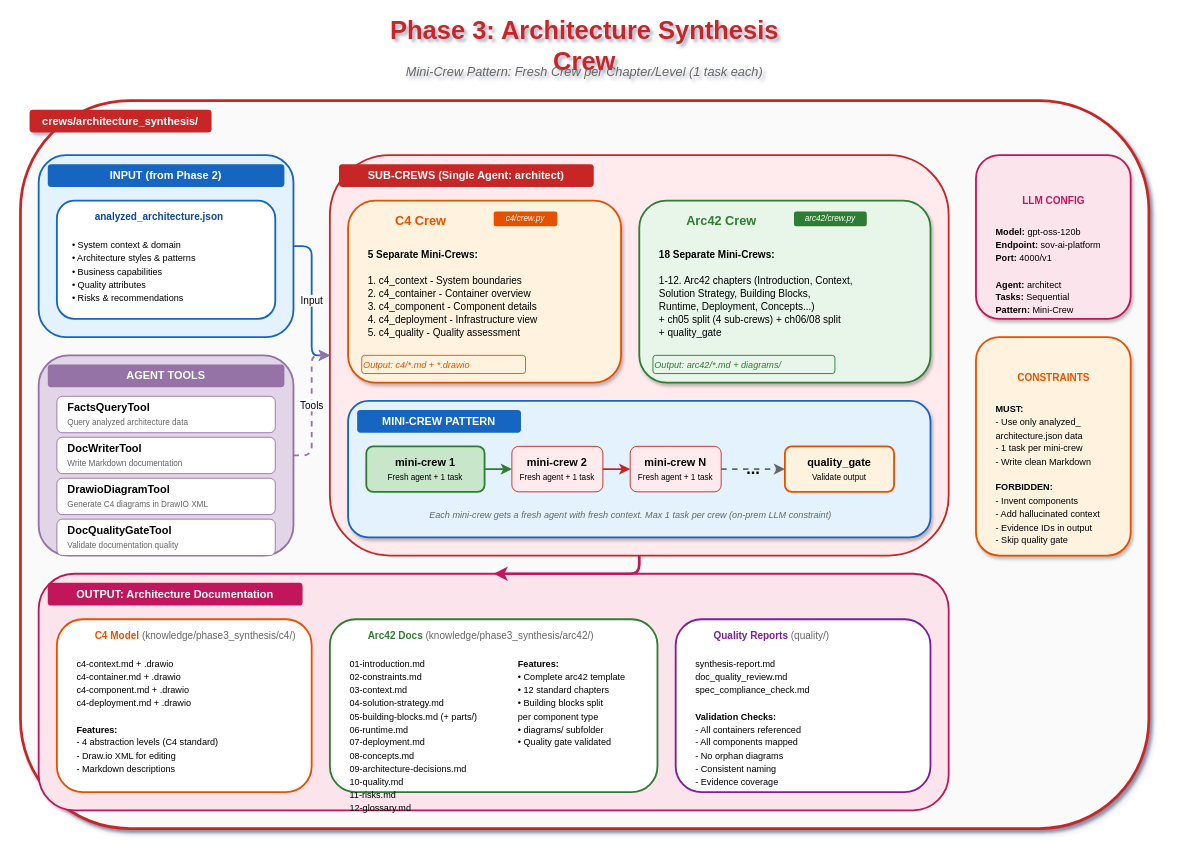
This is docs/phases/phase-3-document/phase-3-document-architecture.drawio from aymenmastouri/aicodegencrew, a draw.io file, before an edit. Source tidied: cells renumbered, new cells numbered last; positions are measured from the earlier drawing's top-left corner, leaving out a move shared by most shapes. Both pictures are drawn from the tidied source at 91%, with x=0, y=0 at pixel (20, 27).
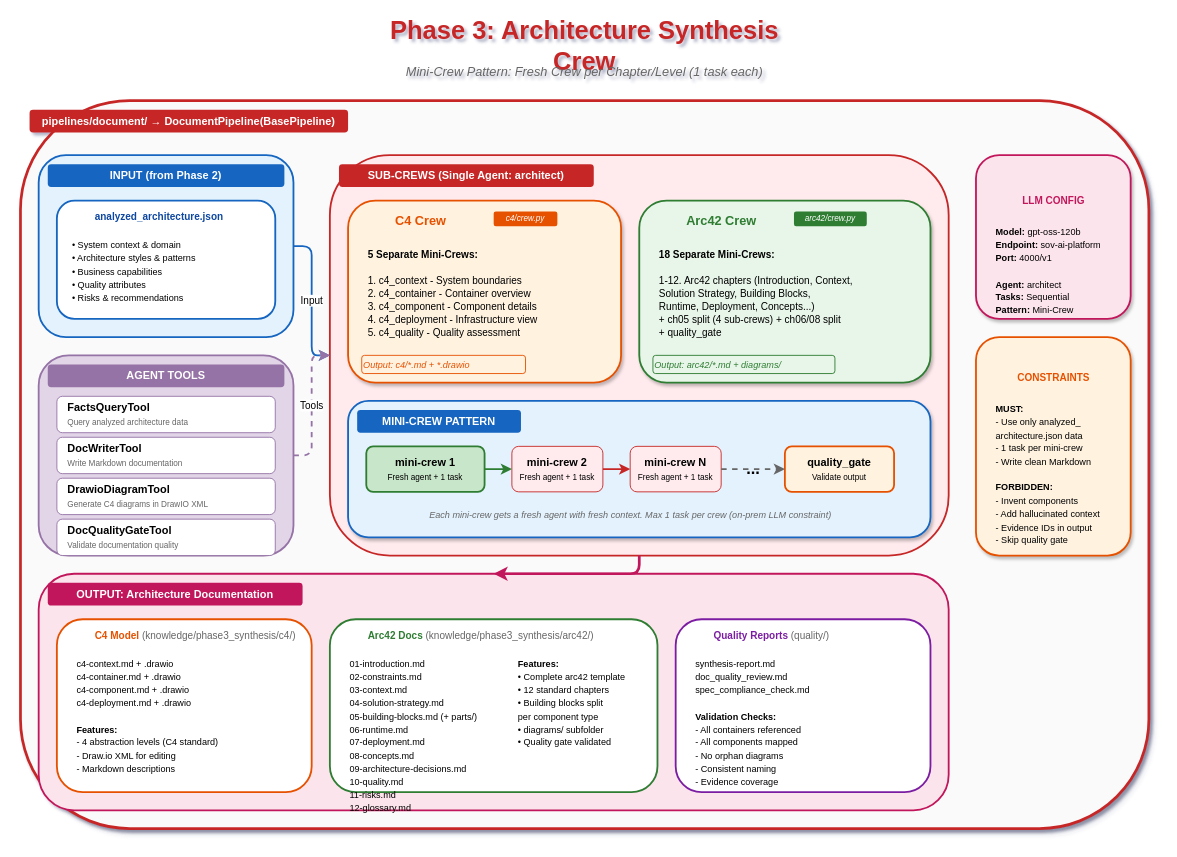
The same diagram, later.

The edit, as a diff of the source:
```diff
@@
-    <mxCell id="5" value="crews/architecture_synthesis/" style="rounded=1;whiteSpace=wrap;html=1;fillColor=#c62828;strokeColor=none;fontColor=#ffffff;fontSize=12;fontStyle=1;" parent="1" vertex="1">
-      <mxGeometry x="10" y="90" width="200" height="25" as="geometry" />
+    <mxCell id="5" value="pipelines/document/ → DocumentPipeline(BasePipeline)" style="rounded=1;whiteSpace=wrap;html=1;fillColor=#c62828;strokeColor=none;fontColor=#ffffff;fontSize=12;fontStyle=1;" parent="1" vertex="1">
+      <mxGeometry x="10" y="90" width="350" height="25" as="geometry" />
     </mxCell>
```
